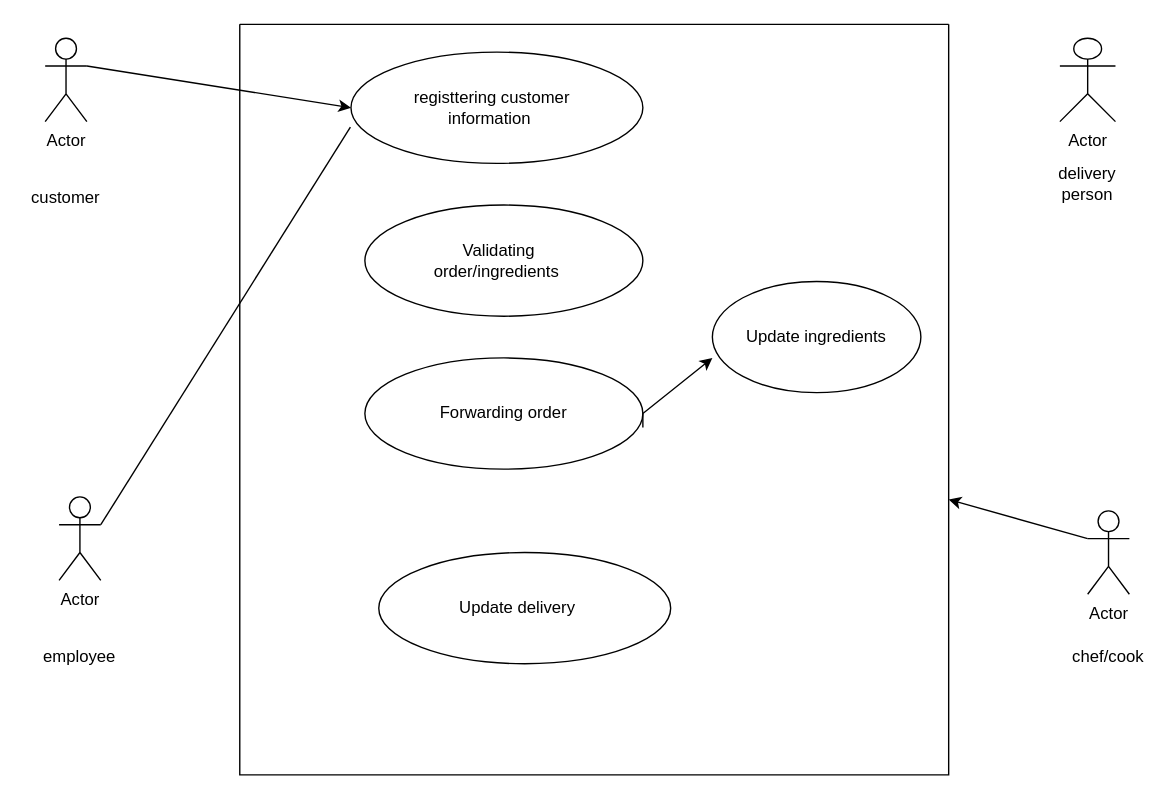
The draw.io diagram Untitled Diagram.drawio in ashra-dev/github, before the edit. Source tidied: cells renumbered, new cells numbered last; positions are measured from the earlier drawing's top-left corner, leaving out a move shared by most shapes. Both pictures are drawn from the tidied source at 139%, with x=0, y=0 at pixel (24, 24).
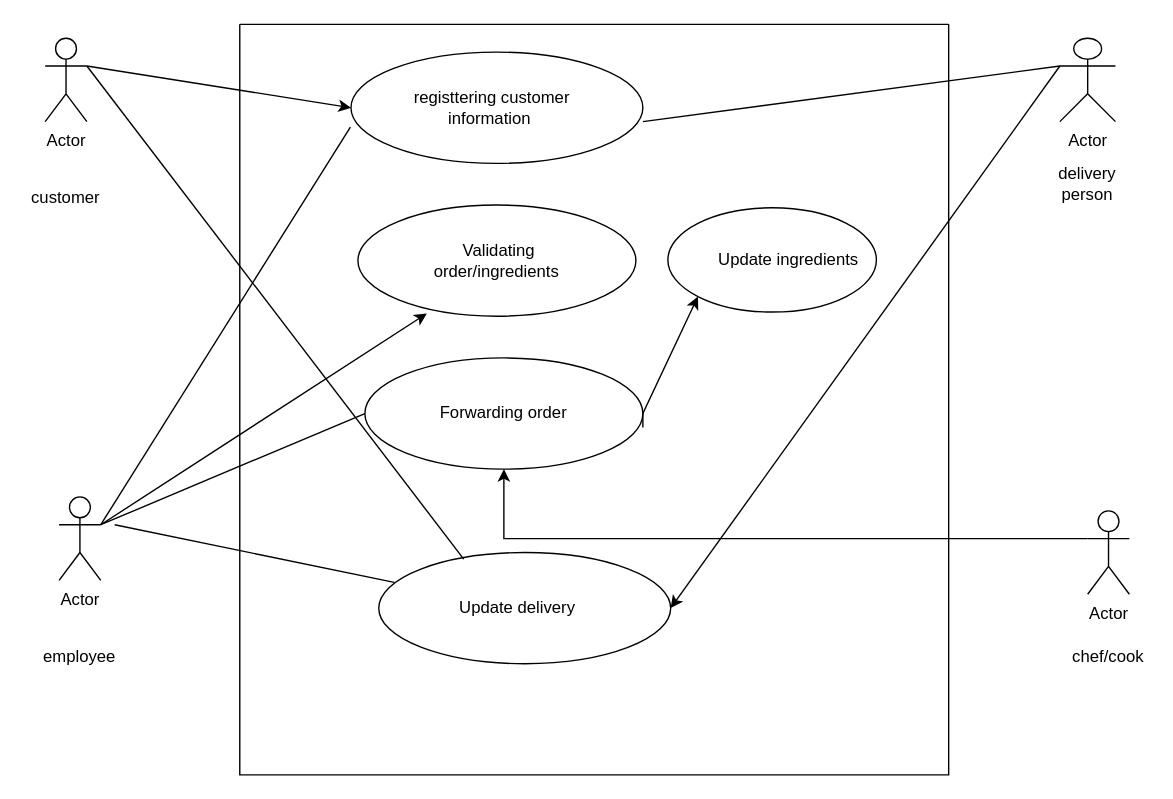
The same page after the edit.

Unchanged cells that the change refers to:
```xml
<mxCell id="2" style="swimlane;startSize=0;" parent="1" vertex="1">
  <mxGeometry x="155" width="510" height="540" as="geometry" />
</mxCell>
<mxCell id="3" style="ellipse;whiteSpace=wrap;html=1;" parent="2" vertex="1">
  <mxGeometry x="80" y="20" width="210" height="80" as="geometry" />
</mxCell>
<mxCell id="5" style="ellipse;whiteSpace=wrap;html=1;" parent="2" vertex="1">
  <mxGeometry x="90" y="240" width="200" height="80" as="geometry" />
</mxCell>
<mxCell id="7" style="ellipse;whiteSpace=wrap;html=1;" parent="2" vertex="1">
  <mxGeometry x="100" y="380" width="210" height="80" as="geometry" />
</mxCell>
<mxCell id="15" value="Actor" style="shape=umlActor;verticalLabelPosition=bottom;verticalAlign=top;html=1;outlineConnect=0;" parent="1" vertex="1">
  <mxGeometry x="745" y="10" width="40" height="60" as="geometry" />
</mxCell>
<mxCell id="16" value="Actor" style="shape=umlActor;verticalLabelPosition=bottom;verticalAlign=top;html=1;outlineConnect=0;" parent="1" vertex="1">
  <mxGeometry x="25" y="340" width="30" height="60" as="geometry" />
</mxCell>
<mxCell id="17" value="Actor" style="shape=umlActor;verticalLabelPosition=bottom;verticalAlign=top;html=1;outlineConnect=0;" parent="1" vertex="1">
  <mxGeometry x="765" y="350" width="30" height="60" as="geometry" />
</mxCell>
```

Change to the diagram source:
```diff
@@
     <mxCell id="4" style="ellipse;whiteSpace=wrap;html=1;" parent="2" vertex="1">
-      <mxGeometry x="90" y="130" width="200" height="80" as="geometry" />
+      <mxGeometry x="85" y="130" width="200" height="80" as="geometry" />
     </mxCell>
@@
     <mxCell id="6" style="ellipse;whiteSpace=wrap;html=1;" parent="2" vertex="1">
-      <mxGeometry x="340" y="185" width="150" height="80" as="geometry" />
+      <mxGeometry x="308" y="132" width="150" height="75" as="geometry" />
     </mxCell>
@@
     <mxCell id="11" value="Update ingredients" style="text;html=1;strokeColor=none;fillColor=none;align=center;verticalAlign=middle;whiteSpace=wrap;rounded=0;" parent="2" vertex="1">
-      <mxGeometry x="340" y="210" width="150" height="30" as="geometry" />
+      <mxGeometry x="320" y="155" width="150" height="30" as="geometry" />
     </mxCell>
@@
+    <mxCell id="25" style="edgeStyle=orthogonalEdgeStyle;rounded=0;jettySize=auto;html=1;exitX=1;exitY=0.3333333333333333;exitDx=0;exitDy=0;exitPerimeter=0;" parent="1" edge="1" source="16">
+      <mxGeometry relative="1" as="geometry">
+        <mxPoint x="55" y="360" as="targetPoint" />
+      </mxGeometry>
+    </mxCell>
@@
+    <mxCell id="26" style="edgeStyle=orthogonalEdgeStyle;rounded=0;jettySize=auto;html=1;exitX=0;exitY=0.3333333333333333;exitDx=0;exitDy=0;exitPerimeter=0;" parent="1" edge="1" source="17" target="5">
+      <mxGeometry relative="1" as="geometry" />
+    </mxCell>
@@
-    <mxCell id="21" style="endArrow=classic;html=1;rounded=0;" parent="1" edge="1">
+    <mxCell id="21" style="endArrow=classic;html=1;rounded=0;entryX=0;entryY=1;entryDx=0;entryDy=0;" parent="1" edge="1" target="6">
       <mxGeometry relative="1" as="geometry">
         <mxPoint x="445" y="290" as="sourcePoint" />
-        <mxPoint x="495" y="240" as="targetPoint" />
         <Array as="points">
           <mxPoint x="445" y="280" />
         </Array>
       </mxGeometry>
     </mxCell>
@@
-    <mxCell id="23" style="endArrow=none;html=1;rounded=0;exitX=1;exitY=0.3333333333333333;exitDx=0;exitDy=0;exitPerimeter=0;entryX=-0.002;entryY=0.674;entryDx=0;entryDy=0;entryPerimeter=0;" parent="1" edge="1" source="16" target="3">
-      <mxGeometry relative="1" as="geometry" />
+    <mxCell id="23" style="endArrow=none;html=1;rounded=0;entryX=-0.002;entryY=0.674;entryDx=0;entryDy=0;entryPerimeter=0;" parent="1" edge="1" target="3">
+      <mxGeometry relative="1" as="geometry">
+        <mxPoint x="55" y="360" as="sourcePoint" />
+      </mxGeometry>
     </mxCell>
-    <mxCell id="24" style="endArrow=classic;html=1;rounded=0;exitX=0;exitY=0.3333333333333333;exitDx=0;exitDy=0;exitPerimeter=0;" parent="1" edge="1" source="17" target="2">
-      <mxGeometry relative="1" as="geometry" />
-    </mxCell>
+    <mxCell id="27" style="endArrow=none;html=1;rounded=0;entryX=0;entryY=0.5;entryDx=0;entryDy=0;" parent="1" edge="1" target="5">
+      <mxGeometry relative="1" as="geometry">
+        <mxPoint x="245" y="280" as="sourcePoint" />
+        <Array as="points">
+          <mxPoint x="55" y="360" />
+        </Array>
+      </mxGeometry>
+    </mxCell>
+    <mxCell id="28" style="endArrow=classic;html=1;rounded=0;entryX=0.248;entryY=0.975;entryDx=0;entryDy=0;entryPerimeter=0;" parent="1" edge="1" target="4">
+      <mxGeometry relative="1" as="geometry">
+        <mxPoint x="55" y="360" as="sourcePoint" />
+      </mxGeometry>
+    </mxCell>
+    <mxCell id="29" style="endArrow=classic;html=1;rounded=0;exitX=0;exitY=0.3333333333333333;exitDx=0;exitDy=0;exitPerimeter=0;entryX=1;entryY=0.5;entryDx=0;entryDy=0;" parent="1" edge="1" source="15" target="7">
+      <mxGeometry relative="1" as="geometry" />
+    </mxCell>
+    <mxCell id="30" style="endArrow=none;html=1;rounded=0;entryX=0.291;entryY=0.059;entryDx=0;entryDy=0;entryPerimeter=0;" parent="1" edge="1" target="7">
+      <mxGeometry relative="1" as="geometry">
+        <mxPoint x="45" y="30" as="sourcePoint" />
+      </mxGeometry>
+    </mxCell>
+    <mxCell id="31" style="endArrow=none;html=1;rounded=0;entryX=0.053;entryY=0.268;entryDx=0;entryDy=0;entryPerimeter=0;" parent="1" edge="1" target="7">
+      <mxGeometry relative="1" as="geometry">
+        <mxPoint x="65" y="360" as="sourcePoint" />
+      </mxGeometry>
+    </mxCell>
+    <mxCell id="32" style="endArrow=none;html=1;rounded=0;" parent="1" edge="1">
+      <mxGeometry relative="1" as="geometry">
+        <mxPoint x="445" y="70" as="sourcePoint" />
+        <mxPoint x="745" y="30" as="targetPoint" />
+      </mxGeometry>
+    </mxCell>
```
